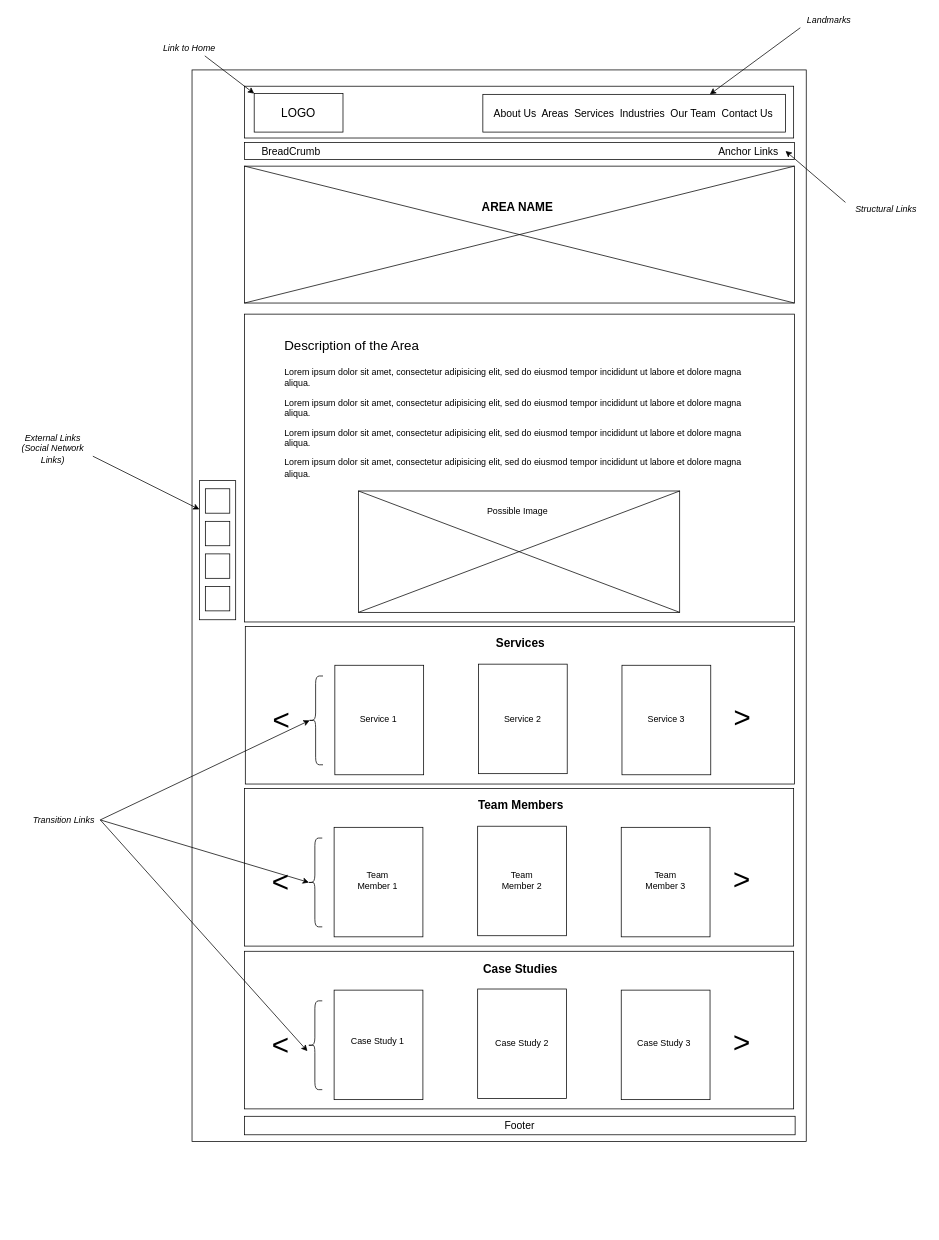
Earlier version of the draw.io diagram Design Documents/Wireframes/Areas.drawio (manzomanze/HypermediaApplicationsProject-Manzella-Messuti-Pelagatti-Pellizzer). Source tidied: cells renumbered, new cells numbered last; positions are measured from the earlier drawing's top-left corner, leaving out a move shared by most shapes. Both pictures are drawn from the tidied source at 74%, with x=0, y=0 at pixel (13, 13).
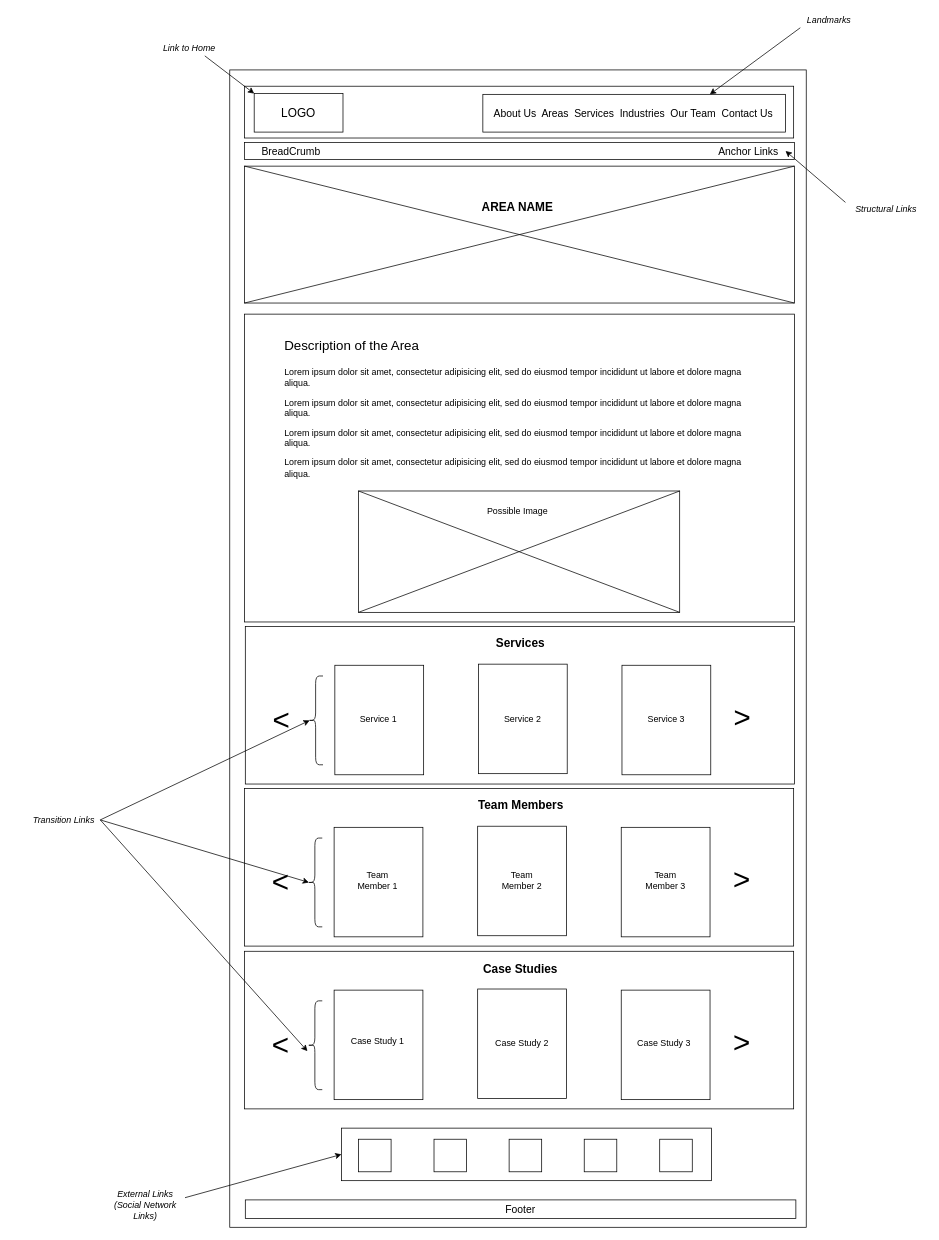
The same page after the edit.

What changed in the source:
```diff
@@
     <mxCell id="2" style="rounded=0;whiteSpace=wrap;html=1;fillColor=none;" parent="1" vertex="1">
-      <mxGeometry x="242" y="77" width="830" height="1448" as="geometry" />
+      <mxGeometry x="293" y="77" width="779" height="1564" as="geometry" />
     </mxCell>
@@
     <mxCell id="34" value="&lt;font style=&quot;font-size: 14px&quot;&gt;Footer&lt;/font&gt;" style="rounded=0;whiteSpace=wrap;html=1;strokeColor=#000000;fillColor=none;" parent="1" vertex="1">
-      <mxGeometry x="313" y="1491" width="744" height="25" as="geometry" />
+      <mxGeometry x="314" y="1604" width="744" height="25" as="geometry" />
     </mxCell>
-    <mxCell id="35" style="rounded=0;whiteSpace=wrap;html=1;strokeColor=#000000;fillColor=none;" parent="1" vertex="1">
-      <mxGeometry x="252" y="632" width="49" height="188" as="geometry" />
-    </mxCell>
-    <mxCell id="36" style="whiteSpace=wrap;html=1;strokeColor=#000000;fillColor=none;" parent="1" vertex="1">
-      <mxGeometry x="260" y="643" width="33" height="33" as="geometry" />
-    </mxCell>
-    <mxCell id="37" style="whiteSpace=wrap;html=1;strokeColor=#000000;fillColor=none;" parent="1" vertex="1">
-      <mxGeometry x="260" y="687" width="33" height="33" as="geometry" />
-    </mxCell>
-    <mxCell id="38" style="whiteSpace=wrap;html=1;strokeColor=#000000;fillColor=none;" parent="1" vertex="1">
-      <mxGeometry x="260" y="731" width="33" height="33" as="geometry" />
-    </mxCell>
-    <mxCell id="39" style="whiteSpace=wrap;html=1;strokeColor=#000000;fillColor=none;" parent="1" vertex="1">
-      <mxGeometry x="260" y="775" width="33" height="33" as="geometry" />
-    </mxCell>
-    <mxCell id="40" value="&lt;i&gt;External Links (Social Network Links)&lt;/i&gt;" style="text;html=1;strokeColor=none;fillColor=none;align=center;verticalAlign=middle;whiteSpace=wrap;rounded=0;" parent="1" vertex="1">
-      <mxGeometry y="579" width="108" height="20" as="geometry" />
-    </mxCell>
-    <mxCell id="41" style="endArrow=classic;html=1;entryX=0;entryY=0.207;entryDx=0;entryDy=0;entryPerimeter=0;exitX=1;exitY=1;exitDx=0;exitDy=0;" parent="1" edge="1" source="40" target="35">
-      <mxGeometry relative="1" as="geometry" />
-    </mxCell>
@@
+    <mxCell id="40" value="&lt;i&gt;External Links (Social Network Links)&lt;/i&gt;" style="text;html=1;strokeColor=none;fillColor=none;align=center;verticalAlign=middle;whiteSpace=wrap;rounded=0;" parent="1" vertex="1">
+      <mxGeometry x="124.5" y="1601" width="108" height="20" as="geometry" />
+    </mxCell>
+    <mxCell id="71" style="whiteSpace=wrap;html=1;" parent="1" vertex="1">
+      <mxGeometry x="467" y="1522" width="44" height="44" as="geometry" />
+    </mxCell>
+    <mxCell id="72" style="whiteSpace=wrap;html=1;" parent="1" vertex="1">
+      <mxGeometry x="670.5" y="1522" width="44" height="44" as="geometry" />
+    </mxCell>
+    <mxCell id="73" style="whiteSpace=wrap;html=1;" parent="1" vertex="1">
+      <mxGeometry x="772" y="1522" width="44" height="44" as="geometry" />
+    </mxCell>
+    <mxCell id="74" style="whiteSpace=wrap;html=1;" parent="1" vertex="1">
+      <mxGeometry x="569" y="1522" width="44" height="44" as="geometry" />
+    </mxCell>
+    <mxCell id="75" style="whiteSpace=wrap;html=1;" parent="1" vertex="1">
+      <mxGeometry x="874" y="1522" width="44" height="44" as="geometry" />
+    </mxCell>
+    <mxCell id="76" style="rounded=0;whiteSpace=wrap;html=1;fillColor=none;" parent="1" vertex="1">
+      <mxGeometry x="444" y="1507" width="500" height="71" as="geometry" />
+    </mxCell>
+    <mxCell id="77" style="endArrow=classic;html=1;exitX=1;exitY=0;exitDx=0;exitDy=0;entryX=0;entryY=0.5;entryDx=0;entryDy=0;" parent="1" edge="1" source="40" target="76">
+      <mxGeometry relative="1" as="geometry" />
+    </mxCell>
```
